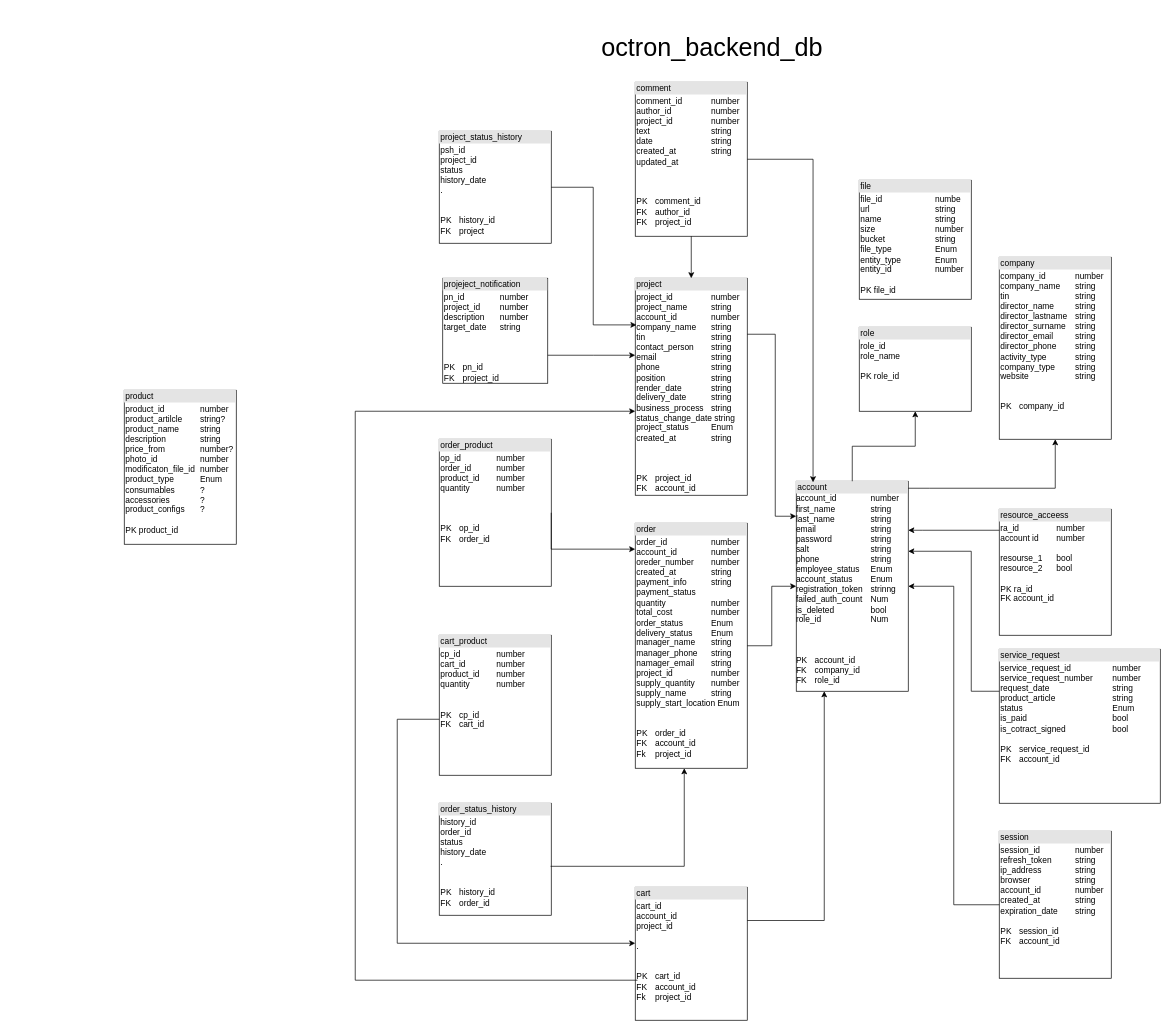
Above: Диаграмма без названия.drawio in zanchess/design-patterns (draw.io), before the change. Source tidied: cells renumbered, new cells numbered last; positions are measured from the earlier drawing's top-left corner, leaving out a move shared by most shapes. Both pictures are drawn from the tidied source at 70%, with x=0, y=0 at pixel (124, 12).
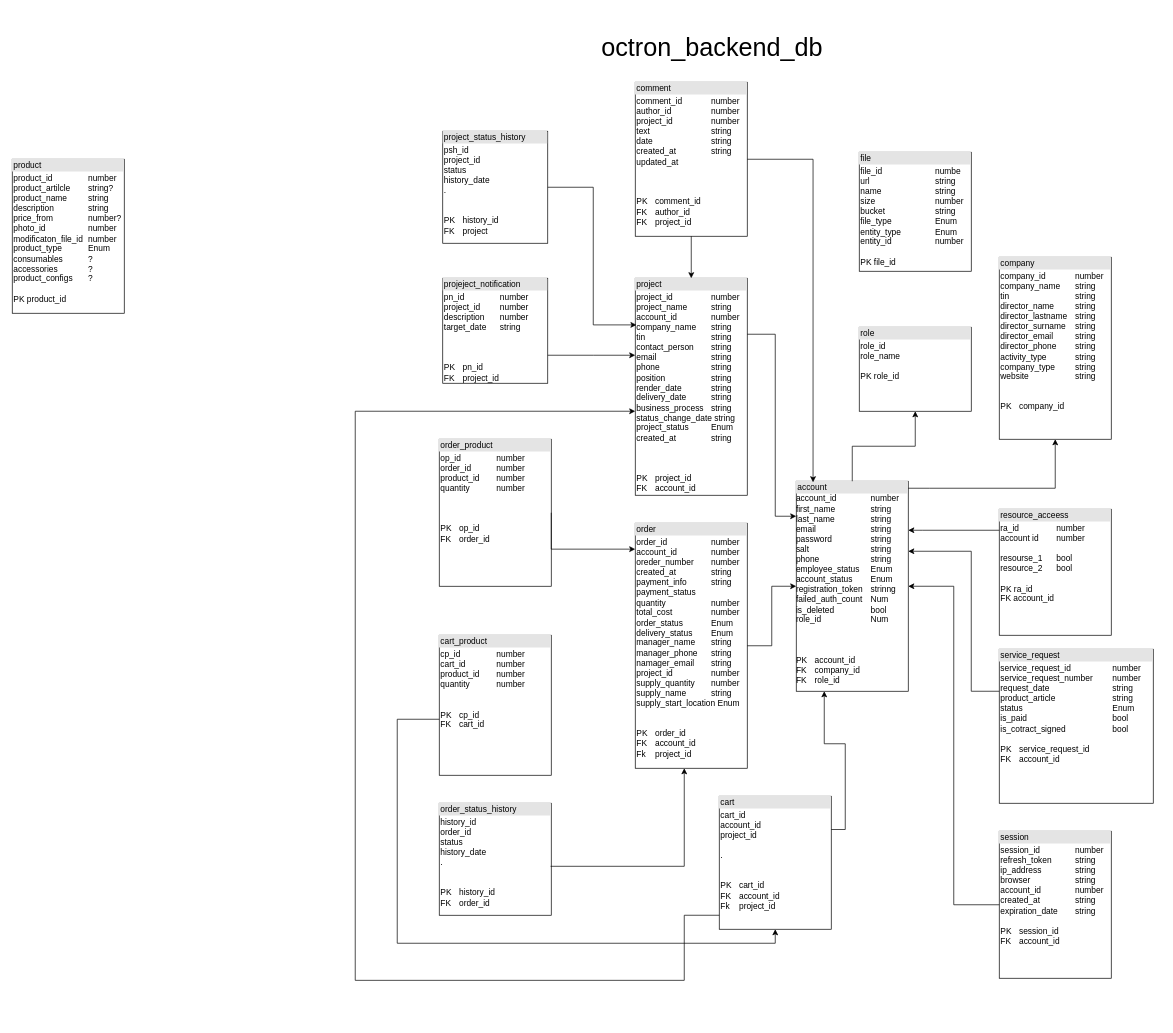
The same diagram, later.

Unchanged cells that the change refers to:
```xml
<mxCell id="10" value="&lt;div style=&quot;box-sizing:border-box;width:100%;background:#e4e4e4;padding:2px;&quot;&gt;project&lt;/div&gt;&lt;table style=&quot;width:100%;font-size:1em;&quot; cellpadding=&quot;2&quot; cellspacing=&quot;0&quot;&gt;&lt;tbody&gt;&lt;tr&gt;&lt;td&gt;project_id&lt;span style=&quot;white-space: pre;&quot;&gt;&#9;&lt;/span&gt;&lt;span style=&quot;white-space: pre;&quot;&gt;&#9;&lt;/span&gt;number&lt;br&gt;project_name&lt;span style=&quot;white-space: pre;&quot;&gt;&#9;&lt;/span&gt;&lt;span style=&quot;white-space: pre;&quot;&gt;&#9;&lt;/span&gt;string&lt;br&gt;account_id&lt;span style=&quot;white-space: pre;&quot;&gt;&#9;&lt;/span&gt;&lt;span style=&quot;white-space: pre;&quot;&gt;&#9;&lt;/span&gt;number&lt;br&gt;company_name&lt;span style=&quot;white-space: pre;&quot;&gt;&#9;&lt;/span&gt;string&lt;br&gt;tin&lt;span style=&quot;white-space: pre;&quot;&gt;&#9;&lt;/span&gt;&lt;span style=&quot;white-space: pre;&quot;&gt;&#9;&lt;/span&gt;&lt;span style=&quot;white-space: pre;&quot;&gt;&#9;&lt;/span&gt;&lt;span style=&quot;white-space: pre;&quot;&gt;&#9;&lt;/span&gt;string&lt;br&gt;contact_person&lt;span style=&quot;white-space: pre;&quot;&gt;&#9;&lt;/span&gt;string&lt;br&gt;email&lt;span style=&quot;white-space: pre;&quot;&gt;&#9;&lt;/span&gt;&lt;span style=&quot;white-space: pre;&quot;&gt;&#9;&lt;/span&gt;&lt;span style=&quot;white-space: pre;&quot;&gt;&#9;&lt;/span&gt;string&lt;br&gt;phone&lt;span style=&quot;white-space: pre;&quot;&gt;&#9;&lt;/span&gt;&lt;span style=&quot;white-space: pre;&quot;&gt;&#9;&lt;/span&gt;&lt;span style=&quot;white-space: pre;&quot;&gt;&#9;&lt;/span&gt;string&lt;br&gt;position&lt;span style=&quot;white-space: pre;&quot;&gt;&#9;&lt;/span&gt;&lt;span style=&quot;white-space: pre;&quot;&gt;&#9;&lt;/span&gt;&lt;span style=&quot;white-space: pre;&quot;&gt;&#9;&lt;/span&gt;string&lt;br&gt;render_date&lt;span style=&quot;white-space: pre;&quot;&gt;&#9;&lt;/span&gt;&lt;span style=&quot;white-space: pre;&quot;&gt;&#9;&lt;/span&gt;string&lt;br&gt;delivery_date&lt;span style=&quot;white-space: pre;&quot;&gt;&#9;&lt;/span&gt;&lt;span style=&quot;white-space: pre;&quot;&gt;&#9;&lt;/span&gt;string&lt;br&gt;business_process&lt;span style=&quot;white-space: pre;&quot;&gt;&#9;&lt;/span&gt;string&lt;br&gt;status_change_date string&lt;br&gt;project_status&lt;span style=&quot;white-space: pre;&quot;&gt;&#9;&lt;/span&gt;&lt;span style=&quot;white-space: pre;&quot;&gt;&#9;&lt;/span&gt;Enum&lt;br&gt;created_at&lt;span style=&quot;white-space: pre;&quot;&gt;&#9;&lt;/span&gt;&lt;span style=&quot;white-space: pre;&quot;&gt;&#9;&lt;/span&gt;string&lt;br&gt;&lt;br&gt;&lt;br&gt;&lt;br&gt;PK&lt;span style=&quot;white-space: pre;&quot;&gt;&#9;&lt;/span&gt;project_id&lt;br&gt;FK&lt;span style=&quot;white-space: pre;&quot;&gt;&#9;&lt;/span&gt;account_id&lt;/td&gt;&lt;td&gt;&lt;br&gt;&lt;/td&gt;&lt;/tr&gt;&lt;/tbody&gt;&lt;/table&gt;" style="verticalAlign=top;align=left;overflow=fill;html=1;whiteSpace=wrap;" parent="1" vertex="1">
  <mxGeometry x="730" y="380" width="160" height="310" as="geometry" />
</mxCell>
```

What changed in the source:
```diff
@@
     <mxCell id="13" value="&lt;div style=&quot;box-sizing:border-box;width:100%;background:#e4e4e4;padding:2px;&quot;&gt;cart&lt;/div&gt;&lt;table style=&quot;width:100%;font-size:1em;&quot; cellpadding=&quot;2&quot; cellspacing=&quot;0&quot;&gt;&lt;tbody&gt;&lt;tr&gt;&lt;td&gt;cart_id&lt;br&gt;account_id&lt;br&gt;project_id&lt;br&gt;&lt;br&gt;.&lt;br&gt;&lt;br&gt;&lt;br&gt;PK&lt;span style=&quot;white-space: pre;&quot;&gt;&#9;&lt;/span&gt;cart_id&lt;br&gt;FK&lt;span style=&quot;white-space: pre;&quot;&gt;&#9;&lt;/span&gt;account_id&lt;br&gt;Fk&lt;span style=&quot;white-space: pre;&quot;&gt;&#9;&lt;/span&gt;project_id&lt;br&gt;&lt;/td&gt;&lt;td&gt;&lt;br&gt;&lt;/td&gt;&lt;/tr&gt;&lt;/tbody&gt;&lt;/table&gt;" style="verticalAlign=top;align=left;overflow=fill;html=1;whiteSpace=wrap;" parent="1" vertex="1">
-      <mxGeometry x="730" y="1250" width="160" height="190" as="geometry" />
+      <mxGeometry x="850" y="1120" width="160" height="190" as="geometry" />
     </mxCell>
@@
     <mxCell id="17" value="&lt;div style=&quot;box-sizing:border-box;width:100%;background:#e4e4e4;padding:2px;&quot;&gt;file&lt;/div&gt;&lt;table style=&quot;width:100%;font-size:1em;&quot; cellpadding=&quot;2&quot; cellspacing=&quot;0&quot;&gt;&lt;tbody&gt;&lt;tr&gt;&lt;td&gt;file_id&lt;span style=&quot;white-space: pre;&quot;&gt;&#9;&lt;/span&gt;&lt;span style=&quot;white-space: pre;&quot;&gt;&#9;&lt;/span&gt;&lt;span style=&quot;white-space: pre;&quot;&gt;&#9;&lt;/span&gt;numbe&lt;span style=&quot;white-space: pre;&quot;&gt;&#9;&lt;/span&gt;&lt;br&gt;url&lt;span style=&quot;white-space: pre;&quot;&gt;&#9;&lt;/span&gt;&lt;span style=&quot;white-space: pre;&quot;&gt;&#9;&lt;/span&gt;&lt;span style=&quot;white-space: pre;&quot;&gt;&#9;&lt;/span&gt;&lt;span style=&quot;white-space: pre;&quot;&gt;&#9;&lt;/span&gt;string&lt;br&gt;name&lt;span style=&quot;white-space: pre;&quot;&gt;&#9;&lt;/span&gt;&lt;span style=&quot;white-space: pre;&quot;&gt;&#9;&lt;/span&gt;&lt;span style=&quot;white-space: pre;&quot;&gt;&#9;&lt;/span&gt;string&lt;br&gt;size&lt;span style=&quot;white-space: pre;&quot;&gt;&#9;&lt;/span&gt;&lt;span style=&quot;white-space: pre;&quot;&gt;&#9;&lt;/span&gt;&lt;span style=&quot;white-space: pre;&quot;&gt;&#9;&lt;/span&gt;&lt;span style=&quot;white-space: pre;&quot;&gt;&#9;&lt;/span&gt;number&lt;br&gt;bucket&lt;span style=&quot;white-space: pre;&quot;&gt;&#9;&lt;/span&gt;&lt;span style=&quot;white-space: pre;&quot;&gt;&#9;&lt;/span&gt;&lt;span style=&quot;white-space: pre;&quot;&gt;&#9;&lt;/span&gt;string&lt;br&gt;file_type&lt;span style=&quot;white-space: pre;&quot;&gt;&#9;&lt;/span&gt;&lt;span style=&quot;white-space: pre;&quot;&gt;&#9;&lt;/span&gt;&lt;span style=&quot;white-space: pre;&quot;&gt;&#9;&lt;/span&gt;Enum&lt;br&gt;entity_type&lt;span style=&quot;white-space: pre;&quot;&gt;&#9;&lt;/span&gt;&lt;span style=&quot;white-space: pre;&quot;&gt;&#9;&lt;/span&gt;Enum&lt;br&gt;entity_id&lt;span style=&quot;white-space: pre;&quot;&gt;&#9;&lt;/span&gt;&lt;span style=&quot;white-space: pre;&quot;&gt;&#9;&lt;/span&gt;&lt;span style=&quot;white-space: pre;&quot;&gt;&#9;&lt;/span&gt;number&lt;br&gt;&lt;br&gt;PK file_id&lt;br&gt;&lt;/td&gt;&lt;td&gt;&lt;br&gt;&lt;/td&gt;&lt;/tr&gt;&lt;/tbody&gt;&lt;/table&gt;" style="verticalAlign=top;align=left;overflow=fill;html=1;whiteSpace=wrap;" parent="1" vertex="1">
-      <mxGeometry x="1050" y="240" width="160" height="170" as="geometry" />
+      <mxGeometry x="1050" y="200" width="160" height="170" as="geometry" />
     </mxCell>
     <mxCell id="18" value="&lt;div style=&quot;box-sizing:border-box;width:100%;background:#e4e4e4;padding:2px;&quot;&gt;service_request&lt;/div&gt;&lt;table style=&quot;width:100%;font-size:1em;&quot; cellpadding=&quot;2&quot; cellspacing=&quot;0&quot;&gt;&lt;tbody&gt;&lt;tr&gt;&lt;td&gt;&lt;div&gt;service_request_id&lt;span style=&quot;white-space: pre;&quot;&gt;&#9;&lt;/span&gt;&lt;span style=&quot;white-space: pre;&quot;&gt;&#9;&lt;/span&gt;&lt;span style=&quot;white-space: pre;&quot;&gt;&#9;&lt;/span&gt;number&lt;/div&gt;&lt;div&gt;service_request_number&lt;span style=&quot;white-space: pre;&quot;&gt;&#9;&lt;/span&gt;number&lt;/div&gt;&lt;div&gt;request_date&lt;span style=&quot;white-space: pre;&quot;&gt;&#9;&lt;/span&gt;&lt;span style=&quot;white-space: pre;&quot;&gt;&#9;&lt;/span&gt;&lt;span style=&quot;white-space: pre;&quot;&gt;&#9;&lt;/span&gt;&lt;span style=&quot;white-space: pre;&quot;&gt;&#9;&lt;/span&gt;string&lt;/div&gt;&lt;div&gt;product_article&lt;span style=&quot;white-space: pre;&quot;&gt;&#9;&lt;/span&gt;&lt;span style=&quot;white-space: pre;&quot;&gt;&#9;&lt;/span&gt;&lt;span style=&quot;white-space: pre;&quot;&gt;&#9;&lt;/span&gt;string&lt;/div&gt;&lt;div&gt;status&lt;span style=&quot;white-space: pre;&quot;&gt;&#9;&lt;/span&gt;&lt;span style=&quot;white-space: pre;&quot;&gt;&#9;&lt;/span&gt;&lt;span style=&quot;white-space: pre;&quot;&gt;&#9;&lt;/span&gt;&lt;span style=&quot;white-space: pre;&quot;&gt;&#9;&lt;/span&gt;&lt;span style=&quot;white-space: pre;&quot;&gt;&#9;&lt;/span&gt;&lt;span style=&quot;font-size: 1em; background-color: initial;&quot;&gt;Enum&lt;/span&gt;&lt;/div&gt;&lt;div&gt;&lt;span style=&quot;font-size: 1em; background-color: initial;&quot;&gt;is_paid&lt;span style=&quot;white-space: pre;&quot;&gt;&#9;&lt;/span&gt;&lt;span style=&quot;white-space: pre;&quot;&gt;&#9;&lt;/span&gt;&lt;span style=&quot;white-space: pre;&quot;&gt;&#9;&lt;/span&gt;&lt;span style=&quot;white-space: pre;&quot;&gt;&#9;&lt;/span&gt;&lt;span style=&quot;white-space: pre;&quot;&gt;&#9;&lt;/span&gt;bool&lt;/span&gt;&lt;/div&gt;&lt;div&gt;&lt;span style=&quot;font-size: 1em; background-color: initial;&quot;&gt;is_cotract_signed&lt;span style=&quot;white-space: pre;&quot;&gt;&#9;&lt;/span&gt;&lt;span style=&quot;white-space: pre;&quot;&gt;&#9;&lt;/span&gt;&lt;span style=&quot;white-space: pre;&quot;&gt;&#9;&lt;/span&gt;bool&lt;/span&gt;&lt;/div&gt;&lt;div&gt;&lt;br&gt;&lt;/div&gt;PK&lt;span style=&quot;white-space: pre;&quot;&gt;&#9;&lt;/span&gt;service_request_id&lt;br&gt;FK&lt;span style=&quot;white-space: pre;&quot;&gt;&#9;&lt;/span&gt;account_id&lt;/td&gt;&lt;td&gt;&lt;/td&gt;&lt;/tr&gt;&lt;tr&gt;&lt;td&gt;&lt;/td&gt;&lt;td&gt;&lt;br&gt;&lt;/td&gt;&lt;/tr&gt;&lt;/tbody&gt;&lt;/table&gt;" style="verticalAlign=top;align=left;overflow=fill;html=1;whiteSpace=wrap;" parent="1" vertex="1">
-      <mxGeometry x="1250" y="910" width="230" height="220" as="geometry" />
+      <mxGeometry x="1250" y="910" width="220" height="220" as="geometry" />
     </mxCell>
@@
-    <mxCell id="25" style="endArrow=classic;html=1;rounded=0;exitX=0.02;exitY=0.699;exitDx=0;exitDy=0;exitPerimeter=0;edgeStyle=orthogonalEdgeStyle;" parent="1" edge="1" source="13" target="10">
+    <mxCell id="25" style="endArrow=classic;html=1;rounded=0;edgeStyle=orthogonalEdgeStyle;" parent="1" edge="1" source="13" target="10">
       <mxGeometry relative="1" as="geometry">
         <Array as="points">
+          <mxPoint x="800" y="1290" />
+          <mxPoint x="800" y="1383" />
           <mxPoint x="330" y="1383" />
           <mxPoint x="330" y="570" />
         </Array>
       </mxGeometry>
     </mxCell>
     <mxCell id="26" value="&lt;div style=&quot;box-sizing:border-box;width:100%;background:#e4e4e4;padding:2px;&quot;&gt;product&lt;/div&gt;&lt;table style=&quot;width:100%;font-size:1em;&quot; cellpadding=&quot;2&quot; cellspacing=&quot;0&quot;&gt;&lt;tbody&gt;&lt;tr&gt;&lt;td&gt;product_id&lt;span style=&quot;white-space: pre;&quot;&gt;&#9;&lt;/span&gt;&lt;span style=&quot;white-space: pre;&quot;&gt;&#9;&lt;/span&gt;number&lt;br&gt;product_artilcle&lt;span style=&quot;white-space: pre;&quot;&gt;&#9;&lt;/span&gt;string?&lt;br&gt;product_name&lt;span style=&quot;white-space: pre;&quot;&gt;&#9;&lt;/span&gt;&lt;span style=&quot;white-space: pre;&quot;&gt;&#9;&lt;/span&gt;string&lt;br&gt;description&lt;span style=&quot;white-space: pre;&quot;&gt;&#9;&lt;/span&gt;&lt;span style=&quot;white-space: pre;&quot;&gt;&#9;&lt;/span&gt;string&lt;br&gt;price_from&lt;span style=&quot;white-space: pre;&quot;&gt;&#9;&lt;/span&gt;&lt;span style=&quot;white-space: pre;&quot;&gt;&#9;&lt;/span&gt;number?&lt;br&gt;photo_id&lt;span style=&quot;white-space: pre;&quot;&gt;&#9;&lt;/span&gt;&lt;span style=&quot;white-space: pre;&quot;&gt;&#9;&lt;/span&gt;&lt;span style=&quot;white-space: pre;&quot;&gt;&#9;&lt;/span&gt;number&lt;br&gt;modificaton_file_id&lt;span style=&quot;white-space: pre;&quot;&gt;&#9;&lt;/span&gt;number&lt;br&gt;product_type&lt;span style=&quot;white-space: pre;&quot;&gt;&#9;&lt;/span&gt;&lt;span style=&quot;white-space: pre;&quot;&gt;&#9;&lt;/span&gt;Enum&lt;br&gt;consumables&lt;span style=&quot;white-space: pre;&quot;&gt;&#9;&lt;span style=&quot;white-space: pre;&quot;&gt;&#9;&lt;/span&gt;?&lt;br&gt;accessories&lt;span style=&quot;white-space: pre;&quot;&gt;&#9;&lt;/span&gt;&lt;span style=&quot;white-space: pre;&quot;&gt;&#9;&lt;/span&gt;?&lt;br&gt;&lt;/span&gt;product_configs&lt;span style=&quot;white-space: pre;&quot;&gt;&#9;&lt;/span&gt;?&lt;span style=&quot;white-space: pre;&quot;&gt;&lt;br&gt;&lt;/span&gt;&lt;span style=&quot;white-space: pre;&quot;&gt;&#9;&lt;/span&gt;&lt;span style=&quot;white-space: pre;&quot;&gt;&#9;&lt;/span&gt;&lt;span style=&quot;white-space: pre;&quot;&gt;&#9;&lt;/span&gt;&lt;br&gt;PK product_id&lt;/td&gt;&lt;td&gt;&lt;br&gt;&lt;/td&gt;&lt;/tr&gt;&lt;/tbody&gt;&lt;/table&gt;" style="verticalAlign=top;align=left;overflow=fill;html=1;whiteSpace=wrap;" parent="1" vertex="1">
-      <mxGeometry y="540" width="160" height="220" as="geometry" />
+      <mxGeometry x="-160" y="210" width="160" height="220" as="geometry" />
     </mxCell>
@@
     <mxCell id="32" value="&lt;div style=&quot;box-sizing:border-box;width:100%;background:#e4e4e4;padding:2px;&quot;&gt;project_status_history&lt;/div&gt;&lt;table style=&quot;width:100%;font-size:1em;&quot; cellpadding=&quot;2&quot; cellspacing=&quot;0&quot;&gt;&lt;tbody&gt;&lt;tr&gt;&lt;td&gt;psh_id&lt;br&gt;project_id&lt;br&gt;status&lt;br&gt;history_date&lt;br&gt;.&lt;br&gt;&lt;br&gt;&lt;br&gt;PK&lt;span style=&quot;white-space: pre;&quot;&gt;&#9;&lt;/span&gt;history_id&lt;br&gt;FK&lt;span style=&quot;white-space: pre;&quot;&gt;&#9;&lt;/span&gt;project&lt;/td&gt;&lt;td&gt;&lt;br&gt;&lt;/td&gt;&lt;/tr&gt;&lt;/tbody&gt;&lt;/table&gt;" style="verticalAlign=top;align=left;overflow=fill;html=1;whiteSpace=wrap;" parent="1" vertex="1">
-      <mxGeometry x="450" y="170" width="160" height="160" as="geometry" />
+      <mxGeometry x="455" y="170" width="150" height="160" as="geometry" />
     </mxCell>
```
